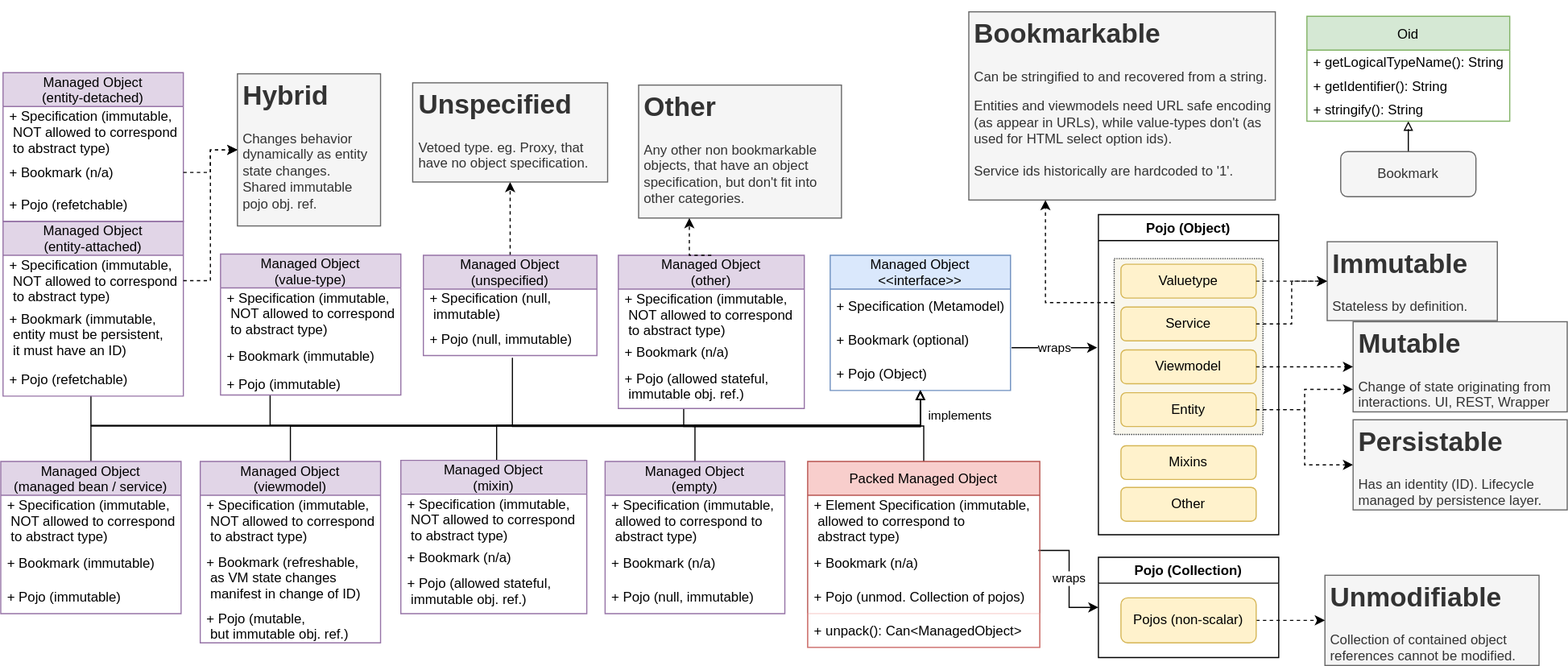
Earlier version of the draw.io export core/metamodel/src/main/adoc/modules/metamodel/images/managed-object-diagram.drawio.svg (apache/causeway). Source tidied: cells renumbered, new cells last; positions are measured from the earlier drawing's top-left corner, leaving out a move shared by most shapes.
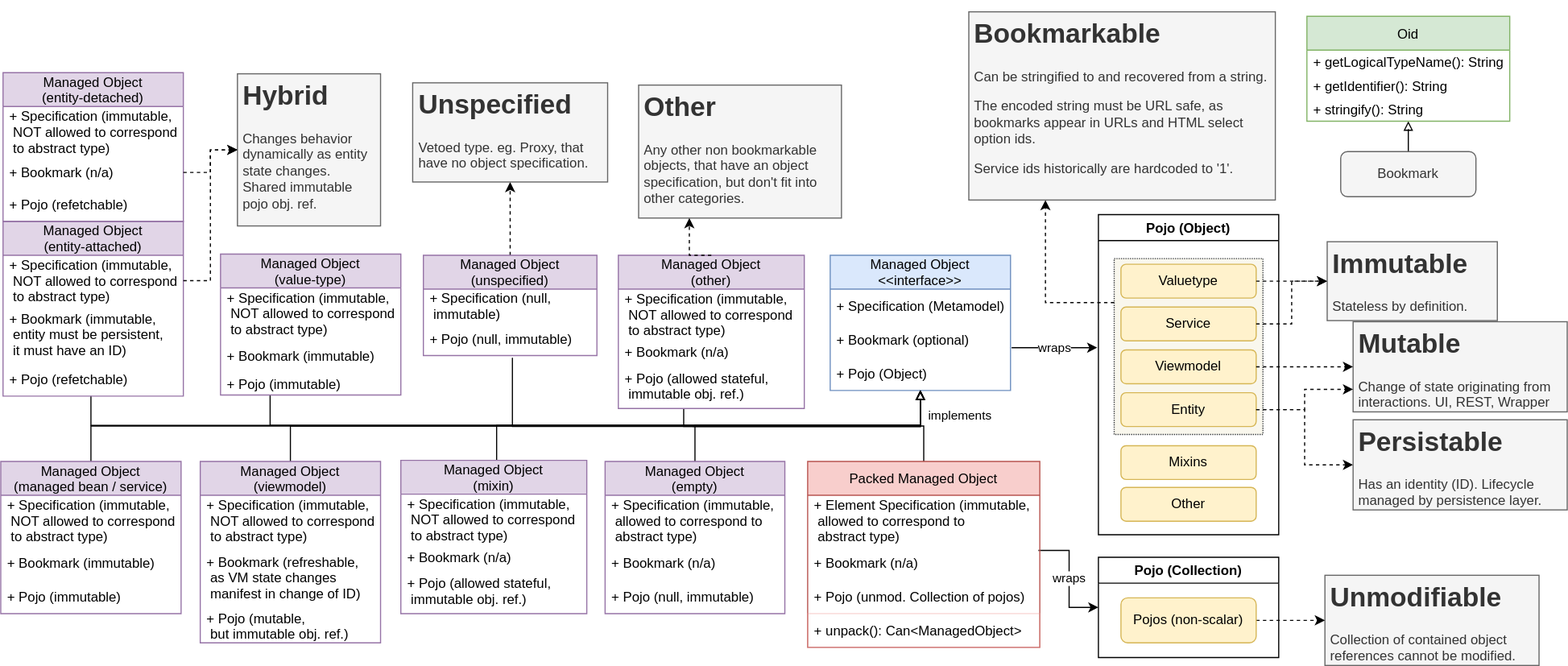
Above is the later version.

Change to the diagram source:
```diff
@@ -70,7 +70,7 @@
     <mxCell id="23" style="edgeStyle=orthogonalEdgeStyle;rounded=0;jettySize=auto;html=1;exitX=1;exitY=0.5;exitDx=0;exitDy=0;entryX=0;entryY=0.5;entryDx=0;entryDy=0;dashed=1;" parent="1" edge="1" source="33" target="20">
       <mxGeometry relative="1" as="geometry" />
     </mxCell>
-    <mxCell id="24" value="&lt;h1&gt;Bookmarkable&lt;/h1&gt;&lt;p&gt;Can be stringified to and recovered from a string.&lt;/p&gt;&lt;p&gt;Entities and viewmodels need URL safe encoding (as appear in URLs), while value-types don't (as used for HTML select option ids).&lt;br&gt;&lt;br&gt;Service ids historically are hardcoded to '1'.&lt;/p&gt;&lt;p&gt;&lt;br&gt;&lt;/p&gt;" style="text;html=1;strokeColor=#666666;fillColor=#f5f5f5;spacing=5;spacingTop=-20;whiteSpace=wrap;overflow=hidden;rounded=0;fontColor=#333333;" parent="1" vertex="1">
+    <mxCell id="24" value="&lt;h1&gt;Bookmarkable&lt;/h1&gt;&lt;p&gt;Can be stringified to and recovered from a string.&lt;/p&gt;&lt;p&gt;The encoded string must be URL safe, as b&lt;span style=&quot;background-color: initial;&quot;&gt;ookmarks appear in URLs and HTML select option ids.&lt;/span&gt;&lt;/p&gt;&lt;p&gt;Service ids historically are hardcoded to '1'.&lt;/p&gt;&lt;p&gt;&lt;br&gt;&lt;/p&gt;" style="text;html=1;strokeColor=#666666;fillColor=#f5f5f5;spacing=5;spacingTop=-20;whiteSpace=wrap;overflow=hidden;rounded=0;fontColor=#333333;" parent="1" vertex="1">
       <mxGeometry x="859" width="272" height="167" as="geometry" />
     </mxCell>
     <mxCell id="25" value="wraps" style="edgeStyle=orthogonalEdgeStyle;rounded=0;jettySize=auto;html=1;exitX=0.994;exitY=0.133;exitDx=0;exitDy=0;entryX=0;entryY=0.5;entryDx=0;entryDy=0;exitPerimeter=0;" parent="1" edge="1" source="29" target="32">
```
